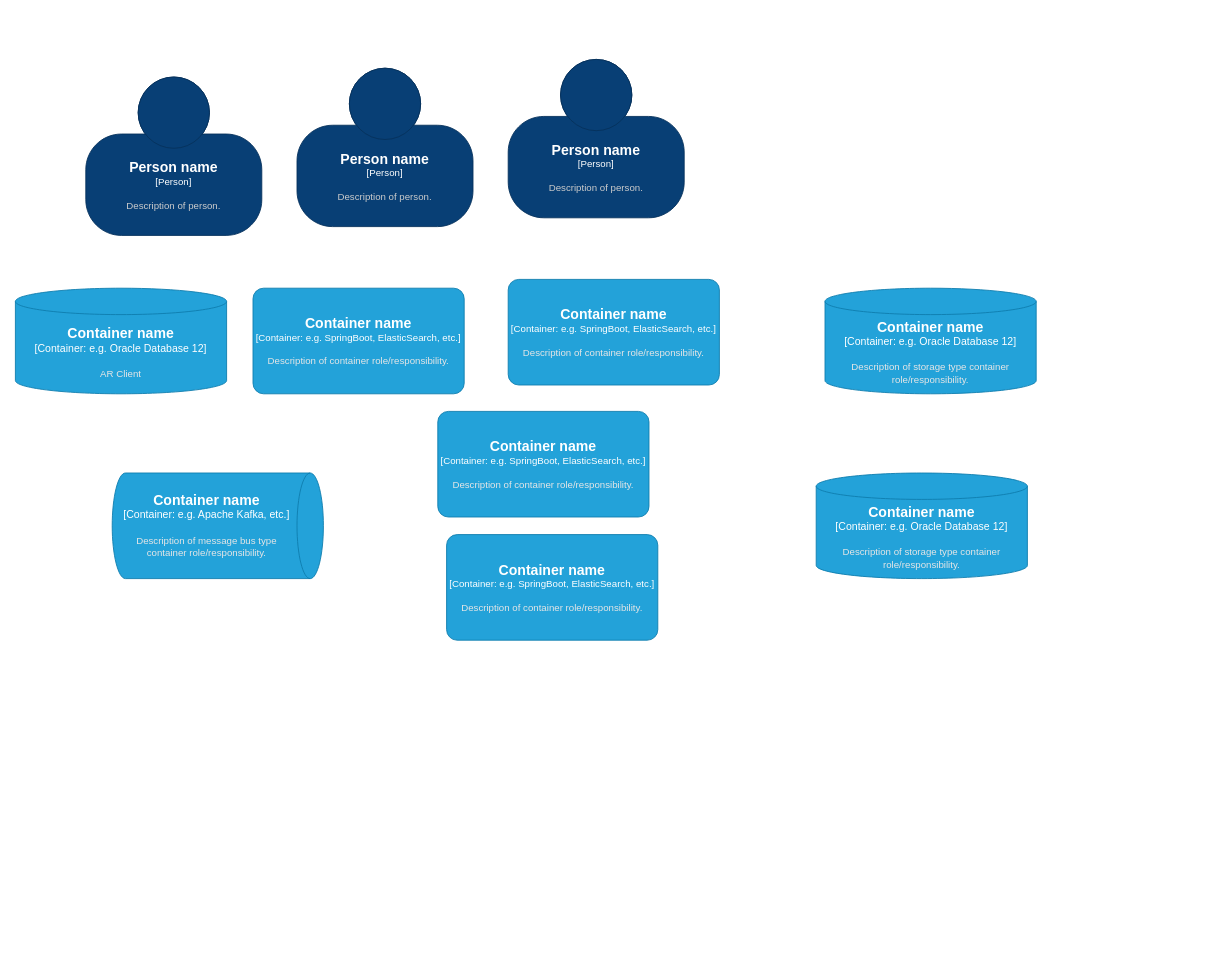
The draw.io diagram page "Page-1" (1 of 2) of architecture/Untitled Diagram.drawio in better-reality/sensoryguard-docs, before the edit. Source tidied: cells renumbered, new cells numbered last; positions are measured from the earlier drawing's top-left corner, leaving out a move shared by most shapes. Both pictures are drawn from the tidied source at 88%, with x=0, y=0 at pixel (15, 59).
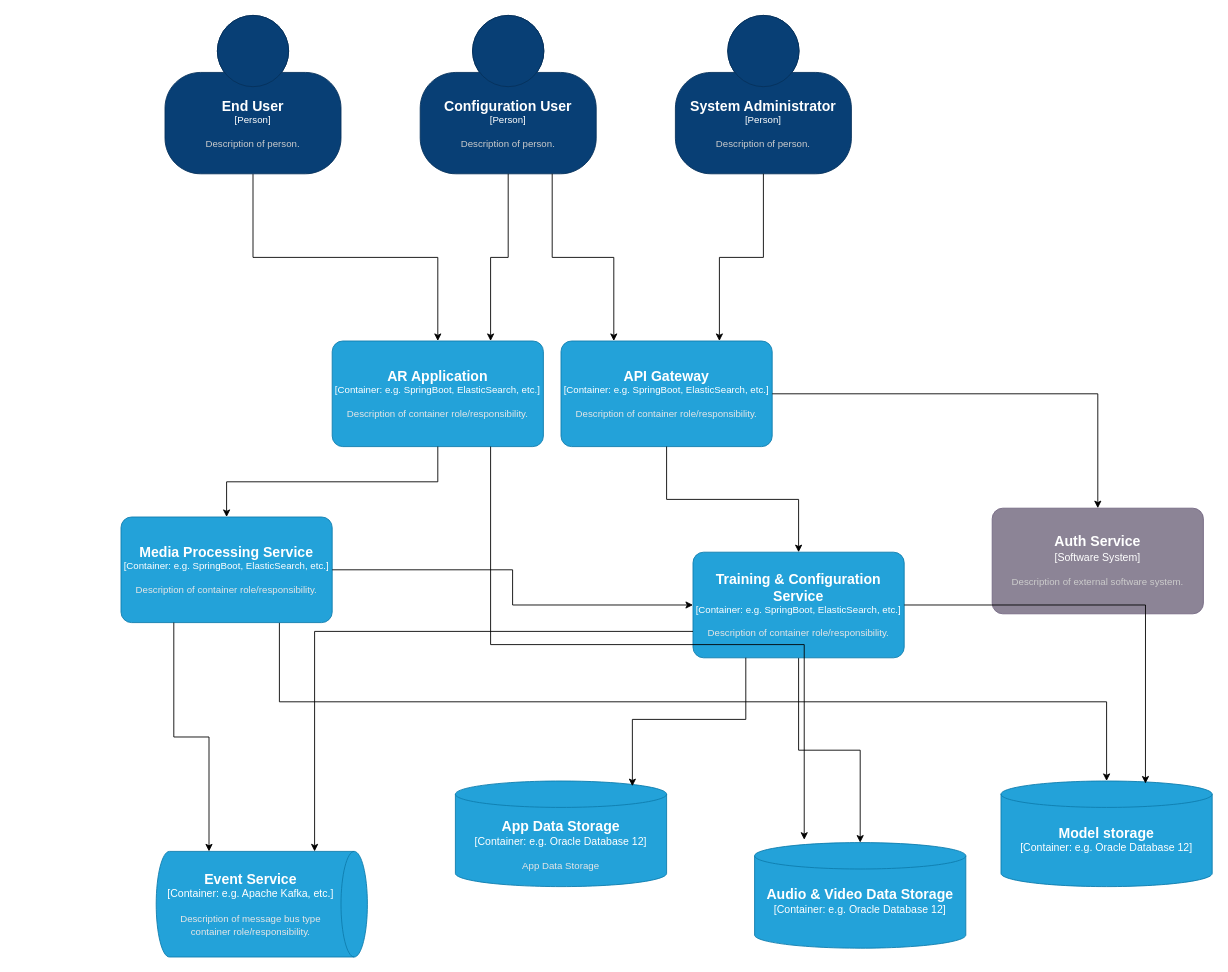
The same page after the edit.

What changed in the source:
```diff
@@
+    <mxCell id="13" style="edgeStyle=orthogonalEdgeStyle;rounded=0;jettySize=auto;html=1;" parent="1" edge="1" source="2" target="12">
+      <mxGeometry relative="1" as="geometry" />
+    </mxCell>
-    <object id="2" label="&lt;font style=&quot;font-size: 16px&quot;&gt;&lt;b&gt;%c4Name%&lt;/b&gt;&lt;/font&gt;&lt;div&gt;[%c4Type%]&lt;/div&gt;&lt;br&gt;&lt;div&gt;&lt;font style=&quot;font-size: 11px&quot;&gt;&lt;font color=&quot;#cccccc&quot;&gt;%c4Description%&lt;/font&gt;&lt;/div&gt;" c4Description="Description of person." c4Name="Person name" c4Type="Person" placeholders="1">
+    <object id="2" label="&lt;font style=&quot;font-size: 16px&quot;&gt;&lt;b&gt;%c4Name%&lt;/b&gt;&lt;/font&gt;&lt;div&gt;[%c4Type%]&lt;/div&gt;&lt;br&gt;&lt;div&gt;&lt;font style=&quot;font-size: 11px&quot;&gt;&lt;font color=&quot;#cccccc&quot;&gt;%c4Description%&lt;/font&gt;&lt;/div&gt;" c4Description="Description of person." c4Name="End User" c4Type="Person" placeholders="1">
       <mxCell style="html=1;fontSize=11;dashed=0;whiteSpace=wrap;fillColor=#083F75;strokeColor=#06315C;fontColor=#ffffff;shape=mxgraph.c4.person2;align=center;points=[[0.5,0,0],[1,0.5,0],[1,0.75,0],[0.75,1,0],[0.5,1,0],[0.25,1,0],[0,0.75,0],[0,0.5,0]];" parent="1" vertex="1">
-        <mxGeometry x="80" y="20" width="200" height="180" as="geometry" />
+        <mxGeometry x="170" y="-50" width="200" height="180" as="geometry" />
       </mxCell>
     </object>
-    <object id="3" label="&lt;font style=&quot;font-size: 16px&quot;&gt;&lt;b&gt;%c4Name%&lt;/b&gt;&lt;/font&gt;&lt;div&gt;[%c4Type%]&lt;/div&gt;&lt;br&gt;&lt;div&gt;&lt;font style=&quot;font-size: 11px&quot;&gt;&lt;font color=&quot;#cccccc&quot;&gt;%c4Description%&lt;/font&gt;&lt;/div&gt;" c4Description="Description of person." c4Name="Person name" c4Type="Person" placeholders="1">
+    <object id="3" label="&lt;font style=&quot;font-size: 16px&quot;&gt;&lt;b&gt;%c4Name%&lt;/b&gt;&lt;/font&gt;&lt;div&gt;[%c4Type%]&lt;/div&gt;&lt;br&gt;&lt;div&gt;&lt;font style=&quot;font-size: 11px&quot;&gt;&lt;font color=&quot;#cccccc&quot;&gt;%c4Description%&lt;/font&gt;&lt;/div&gt;" c4Description="Description of person." c4Name="Configuration User" c4Type="Person" placeholders="1">
       <mxCell style="html=1;fontSize=11;dashed=0;whiteSpace=wrap;fillColor=#083F75;strokeColor=#06315C;fontColor=#ffffff;shape=mxgraph.c4.person2;align=center;points=[[0.5,0,0],[1,0.5,0],[1,0.75,0],[0.75,1,0],[0.5,1,0],[0.25,1,0],[0,0.75,0],[0,0.5,0]];" parent="1" vertex="1">
-        <mxGeometry x="320" y="10" width="200" height="180" as="geometry" />
+        <mxGeometry x="460" y="-50" width="200" height="180" as="geometry" />
       </mxCell>
     </object>
-    <object id="4" label="&lt;font style=&quot;font-size: 16px&quot;&gt;&lt;b&gt;%c4Name%&lt;/b&gt;&lt;/font&gt;&lt;div&gt;[%c4Type%]&lt;/div&gt;&lt;br&gt;&lt;div&gt;&lt;font style=&quot;font-size: 11px&quot;&gt;&lt;font color=&quot;#cccccc&quot;&gt;%c4Description%&lt;/font&gt;&lt;/div&gt;" c4Description="Description of person." c4Name="Person name" c4Type="Person" placeholders="1">
+    <object id="4" label="&lt;font style=&quot;font-size: 16px&quot;&gt;&lt;b&gt;%c4Name%&lt;/b&gt;&lt;/font&gt;&lt;div&gt;[%c4Type%]&lt;/div&gt;&lt;br&gt;&lt;div&gt;&lt;font style=&quot;font-size: 11px&quot;&gt;&lt;font color=&quot;#cccccc&quot;&gt;%c4Description%&lt;/font&gt;&lt;/div&gt;" c4Description="Description of person." c4Name="System Administrator" c4Type="Person" placeholders="1">
       <mxCell style="html=1;fontSize=11;dashed=0;whiteSpace=wrap;fillColor=#083F75;strokeColor=#06315C;fontColor=#ffffff;shape=mxgraph.c4.person2;align=center;points=[[0.5,0,0],[1,0.5,0],[1,0.75,0],[0.75,1,0],[0.5,1,0],[0.25,1,0],[0,0.75,0],[0,0.5,0]];" parent="1" vertex="1">
-        <mxGeometry x="560" width="200" height="180" as="geometry" />
+        <mxGeometry x="750" y="-50" width="200" height="180" as="geometry" />
       </mxCell>
     </object>
-    <object id="5" label="&lt;font style=&quot;font-size: 16px&quot;&gt;&lt;b&gt;%c4Name%&lt;/b&gt;&lt;/font&gt;&lt;div&gt;[%c4Type%:&amp;nbsp;%c4Technology%]&lt;/div&gt;&lt;br&gt;&lt;div&gt;&lt;font style=&quot;font-size: 11px&quot;&gt;&lt;font color=&quot;#E6E6E6&quot;&gt;%c4Description%&lt;/font&gt;&lt;/div&gt;" c4Description="Description of message bus type container role/responsibility." c4Name="Container name" c4Technology="e.g. Apache Kafka, etc." c4Type="Container" placeholders="1">
+    <object id="5" label="&lt;font style=&quot;font-size: 16px&quot;&gt;&lt;b&gt;%c4Name%&lt;/b&gt;&lt;/font&gt;&lt;div&gt;[%c4Type%:&amp;nbsp;%c4Technology%]&lt;/div&gt;&lt;br&gt;&lt;div&gt;&lt;font style=&quot;font-size: 11px&quot;&gt;&lt;font color=&quot;#E6E6E6&quot;&gt;%c4Description%&lt;/font&gt;&lt;/div&gt;" c4Description="Description of message bus type container role/responsibility." c4Name="Event Service" c4Technology="e.g. Apache Kafka, etc." c4Type="Container" placeholders="1">
       <mxCell style="shape=cylinder3;size=15;direction=south;whiteSpace=wrap;html=1;boundedLbl=1;rounded=0;labelBackgroundColor=none;fillColor=#23A2D9;fontSize=12;fontColor=#ffffff;align=center;strokeColor=#0E7DAD;points=[[0.5,0,0],[1,0.25,0],[1,0.5,0],[1,0.75,0],[0.5,1,0],[0,0.75,0],[0,0.5,0],[0,0.25,0]];" parent="1" vertex="1">
-        <mxGeometry x="110" y="470" width="240" height="120" as="geometry" />
+        <mxGeometry x="160" y="900" width="240" height="120" as="geometry" />
       </mxCell>
     </object>
-    <object id="6" label="&lt;font style=&quot;font-size: 16px&quot;&gt;&lt;b&gt;%c4Name%&lt;/b&gt;&lt;/font&gt;&lt;div&gt;[%c4Type%:&amp;nbsp;%c4Technology%]&lt;/div&gt;&lt;br&gt;&lt;div&gt;&lt;font style=&quot;font-size: 11px&quot;&gt;&lt;font color=&quot;#E6E6E6&quot;&gt;%c4Description%&lt;/font&gt;&lt;/div&gt;" c4Description="AR Client" c4Name="Container name" c4Technology="e.g. Oracle Database 12" c4Type="Container" placeholders="1">
+    <object id="6" label="&lt;font style=&quot;font-size: 16px&quot;&gt;&lt;b&gt;%c4Name%&lt;/b&gt;&lt;/font&gt;&lt;div&gt;[%c4Type%:&amp;nbsp;%c4Technology%]&lt;/div&gt;&lt;br&gt;&lt;div&gt;&lt;font style=&quot;font-size: 11px&quot;&gt;&lt;font color=&quot;#E6E6E6&quot;&gt;%c4Description%&lt;/font&gt;&lt;/div&gt;" c4Description=" " c4Name="Audio &amp; Video Data Storage" c4Technology="e.g. Oracle Database 12" c4Type="Container" placeholders="1">
       <mxCell style="shape=cylinder3;size=15;whiteSpace=wrap;html=1;boundedLbl=1;rounded=0;labelBackgroundColor=none;fillColor=#23A2D9;fontSize=12;fontColor=#ffffff;align=center;strokeColor=#0E7DAD;points=[[0.5,0,0],[1,0.25,0],[1,0.5,0],[1,0.75,0],[0.5,1,0],[0,0.75,0],[0,0.5,0],[0,0.25,0]];" parent="1" vertex="1">
-        <mxGeometry y="260" width="240" height="120" as="geometry" />
+        <mxGeometry x="840" y="890" width="240" height="120" as="geometry" />
       </mxCell>
     </object>
-    <object id="7" label="&lt;font style=&quot;font-size: 16px&quot;&gt;&lt;b&gt;%c4Name%&lt;/b&gt;&lt;/font&gt;&lt;div&gt;[%c4Type%:&amp;nbsp;%c4Technology%]&lt;/div&gt;&lt;br&gt;&lt;div&gt;&lt;font style=&quot;font-size: 11px&quot;&gt;&lt;font color=&quot;#E6E6E6&quot;&gt;%c4Description%&lt;/font&gt;&lt;/div&gt;" c4Description="Description of storage type container role/responsibility." c4Name="Container name" c4Technology="e.g. Oracle Database 12" c4Type="Container" placeholders="1">
-      <mxCell style="shape=cylinder3;size=15;whiteSpace=wrap;html=1;boundedLbl=1;rounded=0;labelBackgroundColor=none;fillColor=#23A2D9;fontSize=12;fontColor=#ffffff;align=center;strokeColor=#0E7DAD;" parent="1" vertex="1">
-        <mxGeometry x="920" y="260" width="240" height="120" as="geometry" />
-      </mxCell>
-    </object>
-    <object id="8" label="&lt;font style=&quot;font-size: 16px&quot;&gt;&lt;b&gt;%c4Name%&lt;/b&gt;&lt;/font&gt;&lt;div&gt;[%c4Type%:&amp;nbsp;%c4Technology%]&lt;/div&gt;&lt;br&gt;&lt;div&gt;&lt;font style=&quot;font-size: 11px&quot;&gt;&lt;font color=&quot;#E6E6E6&quot;&gt;%c4Description%&lt;/font&gt;&lt;/div&gt;" c4Description="Description of storage type container role/responsibility." c4Name="Container name" c4Technology="e.g. Oracle Database 12" c4Type="Container" placeholders="1">
-      <mxCell style="shape=cylinder3;size=15;whiteSpace=wrap;html=1;boundedLbl=1;rounded=0;labelBackgroundColor=none;fillColor=#23A2D9;fontSize=12;fontColor=#ffffff;align=center;strokeColor=#0E7DAD;" parent="1" vertex="1">
-        <mxGeometry x="910" y="470" width="240" height="120" as="geometry" />
-      </mxCell>
-    </object>
+    <mxCell id="14" style="edgeStyle=orthogonalEdgeStyle;rounded=0;jettySize=auto;html=1;exitX=0.5;exitY=1;exitDx=0;exitDy=0;exitPerimeter=0;" parent="1" edge="1" source="9" target="6">
+      <mxGeometry relative="1" as="geometry" />
+    </mxCell>
-    <object id="9" label="&lt;font style=&quot;font-size: 16px&quot;&gt;&lt;b&gt;%c4Name%&lt;/b&gt;&lt;/font&gt;&lt;div&gt;[%c4Type%: %c4Technology%]&lt;/div&gt;&lt;br&gt;&lt;div&gt;&lt;font style=&quot;font-size: 11px&quot;&gt;&lt;font color=&quot;#E6E6E6&quot;&gt;%c4Description%&lt;/font&gt;&lt;/div&gt;" c4Description="Description of container role/responsibility." c4Name="Container name" c4Technology="e.g. SpringBoot, ElasticSearch, etc." c4Type="Container" placeholders="1">
+    <object id="9" label="&lt;font style=&quot;font-size: 16px&quot;&gt;&lt;b&gt;%c4Name%&lt;/b&gt;&lt;/font&gt;&lt;div&gt;[%c4Type%: %c4Technology%]&lt;/div&gt;&lt;br&gt;&lt;div&gt;&lt;font style=&quot;font-size: 11px&quot;&gt;&lt;font color=&quot;#E6E6E6&quot;&gt;%c4Description%&lt;/font&gt;&lt;/div&gt;" c4Description="Description of container role/responsibility." c4Name="Training &amp; Configuration Service" c4Technology="e.g. SpringBoot, ElasticSearch, etc." c4Type="Container" placeholders="1">
       <mxCell style="rounded=1;whiteSpace=wrap;html=1;fontSize=11;labelBackgroundColor=none;fillColor=#23A2D9;fontColor=#ffffff;align=center;arcSize=10;strokeColor=#0E7DAD;points=[[0.25,0,0],[0.5,0,0],[0.75,0,0],[1,0.25,0],[1,0.5,0],[1,0.75,0],[0.75,1,0],[0.5,1,0],[0.25,1,0],[0,0.75,0],[0,0.5,0],[0,0.25,0]];" parent="1" vertex="1">
-        <mxGeometry x="270" y="260" width="240" height="120" as="geometry" />
+        <mxGeometry x="770" y="560" width="240" height="120" as="geometry" />
       </mxCell>
     </object>
+    <mxCell id="15" style="edgeStyle=orthogonalEdgeStyle;rounded=0;jettySize=auto;html=1;exitX=0.75;exitY=1;exitDx=0;exitDy=0;exitPerimeter=0;" parent="1" edge="1" source="10" target="29">
+      <mxGeometry relative="1" as="geometry" />
+    </mxCell>
-    <object id="10" label="&lt;font style=&quot;font-size: 16px&quot;&gt;&lt;b&gt;%c4Name%&lt;/b&gt;&lt;/font&gt;&lt;div&gt;[%c4Type%: %c4Technology%]&lt;/div&gt;&lt;br&gt;&lt;div&gt;&lt;font style=&quot;font-size: 11px&quot;&gt;&lt;font color=&quot;#E6E6E6&quot;&gt;%c4Description%&lt;/font&gt;&lt;/div&gt;" c4Description="Description of container role/responsibility." c4Name="Container name" c4Technology="e.g. SpringBoot, ElasticSearch, etc." c4Type="Container" placeholders="1">
+    <object id="10" label="&lt;font style=&quot;font-size: 16px&quot;&gt;&lt;b&gt;%c4Name%&lt;/b&gt;&lt;/font&gt;&lt;div&gt;[%c4Type%: %c4Technology%]&lt;/div&gt;&lt;br&gt;&lt;div&gt;&lt;font style=&quot;font-size: 11px&quot;&gt;&lt;font color=&quot;#E6E6E6&quot;&gt;%c4Description%&lt;/font&gt;&lt;/div&gt;" c4Description="Description of container role/responsibility." c4Name="Media Processing Service" c4Technology="e.g. SpringBoot, ElasticSearch, etc." c4Type="Container" placeholders="1">
       <mxCell style="rounded=1;whiteSpace=wrap;html=1;fontSize=11;labelBackgroundColor=none;fillColor=#23A2D9;fontColor=#ffffff;align=center;arcSize=10;strokeColor=#0E7DAD;points=[[0.25,0,0],[0.5,0,0],[0.75,0,0],[1,0.25,0],[1,0.5,0],[1,0.75,0],[0.75,1,0],[0.5,1,0],[0.25,1,0],[0,0.75,0],[0,0.5,0],[0,0.25,0]];" parent="1" vertex="1">
-        <mxGeometry x="560" y="250" width="240" height="120" as="geometry" />
+        <mxGeometry x="120" y="520" width="240" height="120" as="geometry" />
       </mxCell>
     </object>
-    <object id="11" label="&lt;font style=&quot;font-size: 16px&quot;&gt;&lt;b&gt;%c4Name%&lt;/b&gt;&lt;/font&gt;&lt;div&gt;[%c4Type%: %c4Technology%]&lt;/div&gt;&lt;br&gt;&lt;div&gt;&lt;font style=&quot;font-size: 11px&quot;&gt;&lt;font color=&quot;#E6E6E6&quot;&gt;%c4Description%&lt;/font&gt;&lt;/div&gt;" c4Description="Description of container role/responsibility." c4Name="Container name" c4Technology="e.g. SpringBoot, ElasticSearch, etc." c4Type="Container" placeholders="1">
+    <object id="11" label="&lt;font style=&quot;font-size: 16px&quot;&gt;&lt;b&gt;%c4Name%&lt;/b&gt;&lt;/font&gt;&lt;div&gt;[%c4Type%: %c4Technology%]&lt;/div&gt;&lt;br&gt;&lt;div&gt;&lt;font style=&quot;font-size: 11px&quot;&gt;&lt;font color=&quot;#E6E6E6&quot;&gt;%c4Description%&lt;/font&gt;&lt;/div&gt;" c4Description="Description of container role/responsibility." c4Name="API Gateway" c4Technology="e.g. SpringBoot, ElasticSearch, etc." c4Type="Container" placeholders="1">
       <mxCell style="rounded=1;whiteSpace=wrap;html=1;fontSize=11;labelBackgroundColor=none;fillColor=#23A2D9;fontColor=#ffffff;align=center;arcSize=10;strokeColor=#0E7DAD;points=[[0.25,0,0],[0.5,0,0],[0.75,0,0],[1,0.25,0],[1,0.5,0],[1,0.75,0],[0.75,1,0],[0.5,1,0],[0.25,1,0],[0,0.75,0],[0,0.5,0],[0,0.25,0]];" parent="1" vertex="1">
-        <mxGeometry x="480" y="400" width="240" height="120" as="geometry" />
+        <mxGeometry x="620" y="320" width="240" height="120" as="geometry" />
       </mxCell>
     </object>
-    <object id="12" label="&lt;font style=&quot;font-size: 16px&quot;&gt;&lt;b&gt;%c4Name%&lt;/b&gt;&lt;/font&gt;&lt;div&gt;[%c4Type%: %c4Technology%]&lt;/div&gt;&lt;br&gt;&lt;div&gt;&lt;font style=&quot;font-size: 11px&quot;&gt;&lt;font color=&quot;#E6E6E6&quot;&gt;%c4Description%&lt;/font&gt;&lt;/div&gt;" c4Description="Description of container role/responsibility." c4Name="Container name" c4Technology="e.g. SpringBoot, ElasticSearch, etc." c4Type="Container" placeholders="1">
+    <object id="12" label="&lt;font style=&quot;font-size: 16px&quot;&gt;&lt;b&gt;%c4Name%&lt;/b&gt;&lt;/font&gt;&lt;div&gt;[%c4Type%: %c4Technology%]&lt;/div&gt;&lt;br&gt;&lt;div&gt;&lt;font style=&quot;font-size: 11px&quot;&gt;&lt;font color=&quot;#E6E6E6&quot;&gt;%c4Description%&lt;/font&gt;&lt;/div&gt;" c4Description="Description of container role/responsibility." c4Name="AR Application" c4Technology="e.g. SpringBoot, ElasticSearch, etc." c4Type="Container" placeholders="1">
       <mxCell style="rounded=1;whiteSpace=wrap;html=1;fontSize=11;labelBackgroundColor=none;fillColor=#23A2D9;fontColor=#ffffff;align=center;arcSize=10;strokeColor=#0E7DAD;points=[[0.25,0,0],[0.5,0,0],[0.75,0,0],[1,0.25,0],[1,0.5,0],[1,0.75,0],[0.75,1,0],[0.5,1,0],[0.25,1,0],[0,0.75,0],[0,0.5,0],[0,0.25,0]];" parent="1" vertex="1">
-        <mxGeometry x="490" y="540" width="240" height="120" as="geometry" />
+        <mxGeometry x="360" y="320" width="240" height="120" as="geometry" />
       </mxCell>
     </object>
+    <object id="16" label="&lt;font style=&quot;font-size: 16px&quot;&gt;&lt;b&gt;%c4Name%&lt;/b&gt;&lt;/font&gt;&lt;div&gt;[%c4Type%:&amp;nbsp;%c4Technology%]&lt;/div&gt;&lt;br&gt;&lt;div&gt;&lt;font style=&quot;font-size: 11px&quot;&gt;&lt;font color=&quot;#E6E6E6&quot;&gt;%c4Description%&lt;/font&gt;&lt;/div&gt;" c4Description=" App Data Storage" c4Name="App Data Storage" c4Technology="e.g. Oracle Database 12" c4Type="Container" placeholders="1">
+      <mxCell style="shape=cylinder3;size=15;whiteSpace=wrap;html=1;boundedLbl=1;rounded=0;labelBackgroundColor=none;fillColor=#23A2D9;fontSize=12;fontColor=#ffffff;align=center;strokeColor=#0E7DAD;points=[[0.5,0,0],[1,0.25,0],[1,0.5,0],[1,0.75,0],[0.5,1,0],[0,0.75,0],[0,0.5,0],[0,0.25,0]];" parent="1" vertex="1">
+        <mxGeometry x="500" y="820" width="240" height="120" as="geometry" />
+      </mxCell>
+    </object>
+    <object id="17" label="&lt;font style=&quot;font-size: 16px&quot;&gt;&lt;b&gt;%c4Name%&lt;/b&gt;&lt;/font&gt;&lt;div&gt;[%c4Type%]&lt;/div&gt;&lt;br&gt;&lt;div&gt;&lt;font style=&quot;font-size: 11px&quot;&gt;&lt;font color=&quot;#cccccc&quot;&gt;%c4Description%&lt;/font&gt;&lt;/div&gt;" c4Description="Description of external software system." c4Name="Auth Service" c4Type="Software System" placeholders="1">
+      <mxCell style="rounded=1;whiteSpace=wrap;html=1;labelBackgroundColor=none;fillColor=#8C8496;fontColor=#ffffff;align=center;arcSize=10;strokeColor=#736782;points=[[0.25,0,0],[0.5,0,0],[0.75,0,0],[1,0.25,0],[1,0.5,0],[1,0.75,0],[0.75,1,0],[0.5,1,0],[0.25,1,0],[0,0.75,0],[0,0.5,0],[0,0.25,0]];" parent="1" vertex="1">
+        <mxGeometry x="1110" y="510" width="240" height="120" as="geometry" />
+      </mxCell>
+    </object>
+    <mxCell id="18" style="edgeStyle=orthogonalEdgeStyle;rounded=0;jettySize=auto;html=1;entryX=0.75;entryY=0;entryDx=0;entryDy=0;entryPerimeter=0;" parent="1" edge="1" source="3" target="12">
+      <mxGeometry relative="1" as="geometry" />
+    </mxCell>
+    <mxCell id="19" style="edgeStyle=orthogonalEdgeStyle;rounded=0;jettySize=auto;html=1;entryX=0.75;entryY=0;entryDx=0;entryDy=0;entryPerimeter=0;" parent="1" edge="1" source="4" target="11">
+      <mxGeometry relative="1" as="geometry" />
+    </mxCell>
+    <mxCell id="20" style="edgeStyle=orthogonalEdgeStyle;rounded=0;jettySize=auto;html=1;exitX=0.75;exitY=1;exitDx=0;exitDy=0;exitPerimeter=0;entryX=0.25;entryY=0;entryDx=0;entryDy=0;entryPerimeter=0;" parent="1" edge="1" source="3" target="11">
+      <mxGeometry relative="1" as="geometry" />
+    </mxCell>
+    <mxCell id="21" style="edgeStyle=orthogonalEdgeStyle;rounded=0;jettySize=auto;html=1;exitX=1;exitY=0.5;exitDx=0;exitDy=0;exitPerimeter=0;entryX=0.5;entryY=0;entryDx=0;entryDy=0;entryPerimeter=0;" parent="1" edge="1" source="11" target="17">
+      <mxGeometry relative="1" as="geometry" />
+    </mxCell>
+    <mxCell id="22" style="edgeStyle=orthogonalEdgeStyle;rounded=0;jettySize=auto;html=1;exitX=0.5;exitY=1;exitDx=0;exitDy=0;exitPerimeter=0;entryX=0.5;entryY=0;entryDx=0;entryDy=0;entryPerimeter=0;" parent="1" edge="1" source="12" target="10">
+      <mxGeometry relative="1" as="geometry" />
+    </mxCell>
+    <mxCell id="23" style="edgeStyle=orthogonalEdgeStyle;rounded=0;jettySize=auto;html=1;exitX=0.5;exitY=1;exitDx=0;exitDy=0;exitPerimeter=0;entryX=0.5;entryY=0;entryDx=0;entryDy=0;entryPerimeter=0;" parent="1" edge="1" source="11" target="9">
+      <mxGeometry relative="1" as="geometry" />
+    </mxCell>
+    <mxCell id="24" style="edgeStyle=orthogonalEdgeStyle;rounded=0;jettySize=auto;html=1;entryX=0;entryY=0.5;entryDx=0;entryDy=0;entryPerimeter=0;" parent="1" edge="1" source="10" target="9">
+      <mxGeometry relative="1" as="geometry" />
+    </mxCell>
+    <mxCell id="25" style="edgeStyle=orthogonalEdgeStyle;rounded=0;jettySize=auto;html=1;exitX=0.25;exitY=1;exitDx=0;exitDy=0;exitPerimeter=0;entryX=0.838;entryY=0.049;entryDx=0;entryDy=0;entryPerimeter=0;" parent="1" edge="1" source="9" target="16">
+      <mxGeometry relative="1" as="geometry" />
+    </mxCell>
+    <mxCell id="26" style="edgeStyle=orthogonalEdgeStyle;rounded=0;jettySize=auto;html=1;exitX=0.75;exitY=1;exitDx=0;exitDy=0;exitPerimeter=0;entryX=0.235;entryY=-0.027;entryDx=0;entryDy=0;entryPerimeter=0;" parent="1" edge="1" source="12" target="6">
+      <mxGeometry relative="1" as="geometry" />
+    </mxCell>
+    <mxCell id="27" style="edgeStyle=orthogonalEdgeStyle;rounded=0;jettySize=auto;html=1;exitX=0.25;exitY=1;exitDx=0;exitDy=0;exitPerimeter=0;entryX=0;entryY=0.75;entryDx=0;entryDy=0;entryPerimeter=0;" parent="1" edge="1" source="10" target="5">
+      <mxGeometry relative="1" as="geometry" />
+    </mxCell>
+    <mxCell id="28" style="edgeStyle=orthogonalEdgeStyle;rounded=0;jettySize=auto;html=1;exitX=0;exitY=0.75;exitDx=0;exitDy=0;exitPerimeter=0;entryX=0;entryY=0.25;entryDx=0;entryDy=0;entryPerimeter=0;" parent="1" edge="1" source="9" target="5">
+      <mxGeometry relative="1" as="geometry" />
+    </mxCell>
+    <object id="29" label="&lt;font style=&quot;font-size: 16px&quot;&gt;&lt;b&gt;%c4Name%&lt;/b&gt;&lt;/font&gt;&lt;div&gt;[%c4Type%:&amp;nbsp;%c4Technology%]&lt;/div&gt;&lt;br&gt;&lt;div&gt;&lt;font style=&quot;font-size: 11px&quot;&gt;&lt;font color=&quot;#E6E6E6&quot;&gt;%c4Description%&lt;/font&gt;&lt;/div&gt;" c4Description=" " c4Name="Model storage" c4Technology="e.g. Oracle Database 12" c4Type="Container" placeholders="1">
+      <mxCell style="shape=cylinder3;size=15;whiteSpace=wrap;html=1;boundedLbl=1;rounded=0;labelBackgroundColor=none;fillColor=#23A2D9;fontSize=12;fontColor=#ffffff;align=center;strokeColor=#0E7DAD;points=[[0.5,0,0],[1,0.25,0],[1,0.5,0],[1,0.75,0],[0.5,1,0],[0,0.75,0],[0,0.5,0],[0,0.25,0]];" parent="1" vertex="1">
+        <mxGeometry x="1120" y="820" width="240" height="120" as="geometry" />
+      </mxCell>
+    </object>
+    <mxCell id="30" style="edgeStyle=orthogonalEdgeStyle;rounded=0;jettySize=auto;html=1;exitX=1;exitY=0.5;exitDx=0;exitDy=0;exitPerimeter=0;entryX=0.684;entryY=0.024;entryDx=0;entryDy=0;entryPerimeter=0;" parent="1" edge="1" source="9" target="29">
+      <mxGeometry relative="1" as="geometry" />
+    </mxCell>
```
